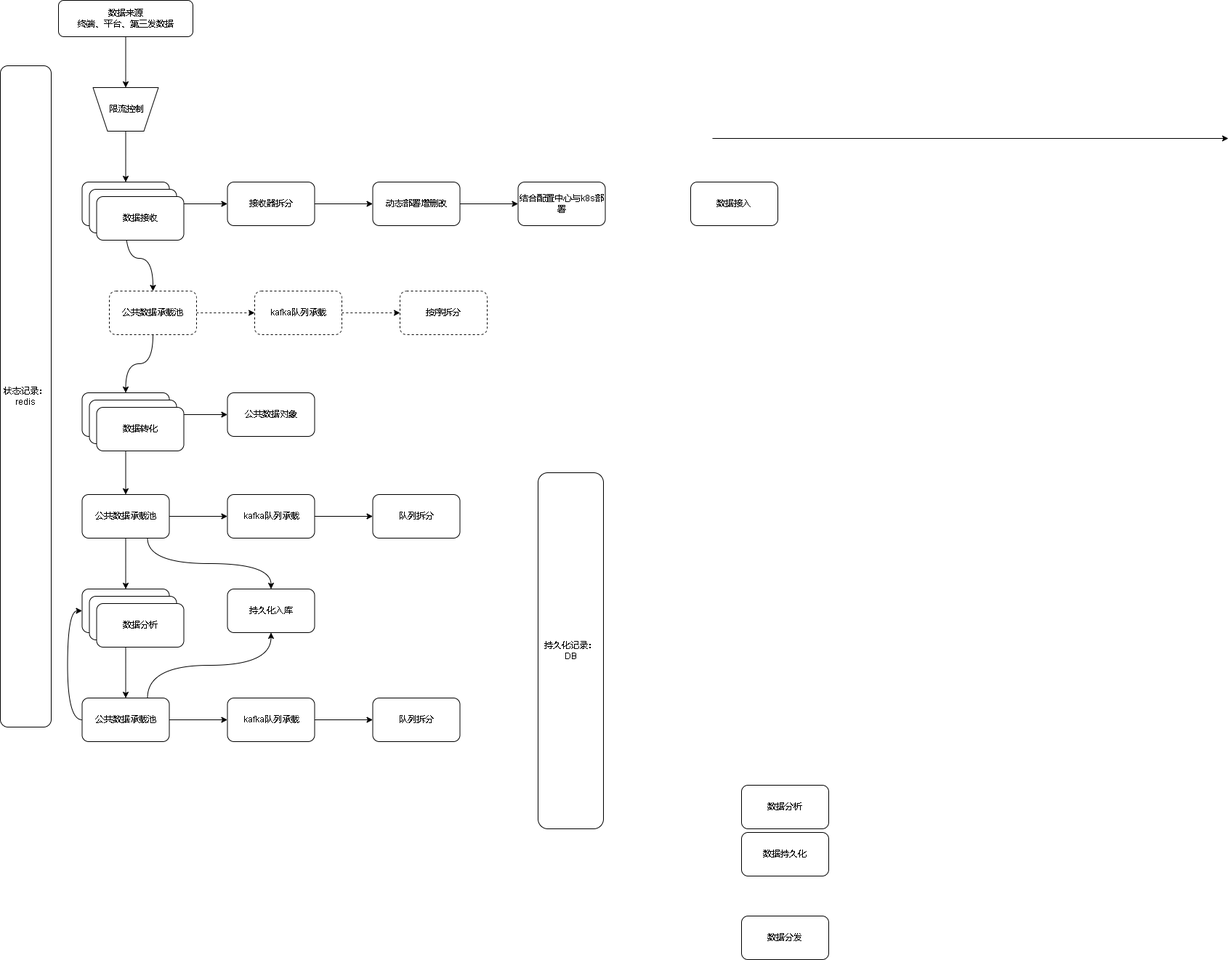
Earlier version of the draw.io export 808后台架构.drawio.png (xktder/draw). Source tidied: cells renumbered, new cells last; positions are measured from the earlier drawing's top-left corner, leaving out a move shared by most shapes.
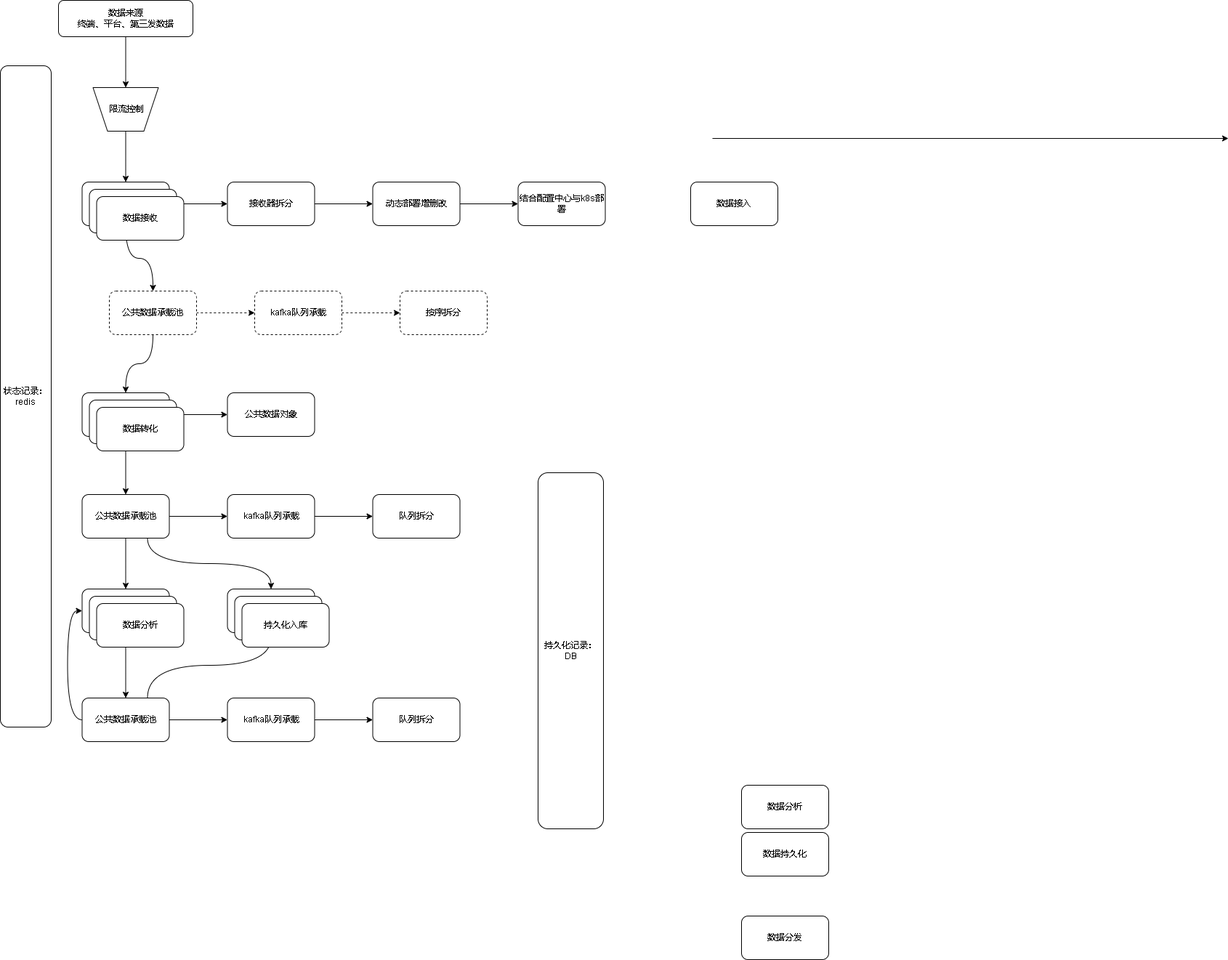
After the commit.

Commit message:
更新808后台架构.drawio.png

Diff of the diagram source:
```diff
@@ -164,5 +164,11 @@
     <mxCell id="54" value="持久化入库" style="whiteSpace=wrap;html=1;rounded=1;" parent="1" vertex="1">
       <mxGeometry x="312.5" y="810" width="120" height="60" as="geometry" />
     </mxCell>
+    <mxCell id="55" value="持久化入库" style="whiteSpace=wrap;html=1;rounded=1;" parent="1" vertex="1">
+      <mxGeometry x="322.5" y="820" width="120" height="60" as="geometry" />
+    </mxCell>
+    <mxCell id="56" value="持久化入库" style="whiteSpace=wrap;html=1;rounded=1;" parent="1" vertex="1">
+      <mxGeometry x="332.5" y="830" width="120" height="60" as="geometry" />
+    </mxCell>
   </root>
 </mxGraphModel>
```
